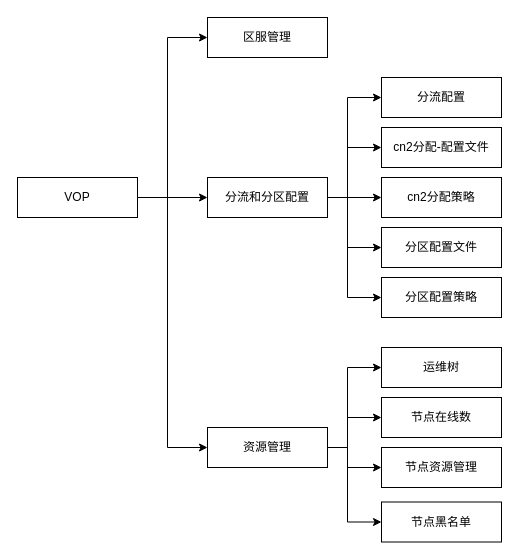
The draw.io diagram image/VOP.drawio in Besideme/besideme.github.io, before the edit. Source tidied: cells renumbered, new cells numbered last; positions are measured from the earlier drawing's top-left corner, leaving out a move shared by most shapes. Both pictures are drawn from the tidied source at 100%, with x=0, y=0 at pixel (17, 17).
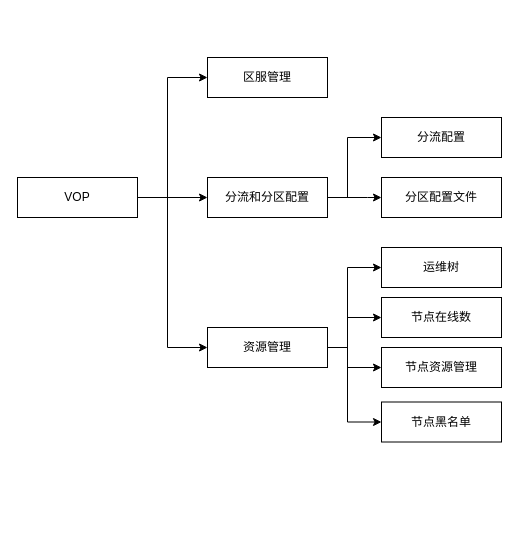
After the change.

The change refers to these unchanged cells:
```xml
<mxCell id="5" value="VOP" style="rounded=0;whiteSpace=wrap;html=1;" parent="1" vertex="1">
  <mxGeometry y="160" width="120" height="40" as="geometry" />
</mxCell>
<mxCell id="11" value="分流和分区配置" style="rounded=0;whiteSpace=wrap;html=1;" parent="1" vertex="1">
  <mxGeometry x="190" y="160" width="120" height="40" as="geometry" />
</mxCell>
```

Change to the diagram source:
```diff
@@
     <mxCell id="2" style="edgeStyle=orthogonalEdgeStyle;rounded=0;jettySize=auto;html=1;exitX=1;exitY=0.5;exitDx=0;exitDy=0;entryX=0;entryY=0.5;entryDx=0;entryDy=0;" parent="1" edge="1" source="5" target="26">
       <mxGeometry relative="1" as="geometry">
         <Array as="points">
           <mxPoint x="150" y="180" />
-          <mxPoint x="150" y="20" />
+          <mxPoint x="150" y="60" />
         </Array>
       </mxGeometry>
     </mxCell>
@@
     <mxCell id="4" style="edgeStyle=orthogonalEdgeStyle;rounded=0;jettySize=auto;html=1;exitX=1;exitY=0.5;exitDx=0;exitDy=0;entryX=0;entryY=0.5;entryDx=0;entryDy=0;" parent="1" edge="1" source="5" target="16">
       <mxGeometry relative="1" as="geometry">
         <Array as="points">
           <mxPoint x="150" y="180" />
-          <mxPoint x="150" y="430" />
+          <mxPoint x="150" y="330" />
         </Array>
       </mxGeometry>
     </mxCell>
@@
-    <mxCell id="6" style="edgeStyle=orthogonalEdgeStyle;rounded=0;jettySize=auto;html=1;exitX=1;exitY=0.5;exitDx=0;exitDy=0;entryX=0;entryY=0.5;entryDx=0;entryDy=0;" parent="1" edge="1" source="11" target="18">
-      <mxGeometry relative="1" as="geometry">
-        <Array as="points">
-          <mxPoint x="330" y="180" />
-          <mxPoint x="330" y="130" />
-        </Array>
-      </mxGeometry>
-    </mxCell>
-    <mxCell id="7" style="edgeStyle=orthogonalEdgeStyle;rounded=0;jettySize=auto;html=1;exitX=1;exitY=0.5;exitDx=0;exitDy=0;entryX=0;entryY=0.5;entryDx=0;entryDy=0;" parent="1" edge="1" source="11" target="21">
-      <mxGeometry relative="1" as="geometry">
-        <Array as="points">
-          <mxPoint x="330" y="180" />
-          <mxPoint x="330" y="280" />
-        </Array>
-      </mxGeometry>
-    </mxCell>
     <mxCell id="8" style="edgeStyle=orthogonalEdgeStyle;rounded=0;jettySize=auto;html=1;exitX=1;exitY=0.5;exitDx=0;exitDy=0;entryX=0;entryY=0.5;entryDx=0;entryDy=0;" parent="1" edge="1" source="11" target="17">
       <mxGeometry relative="1" as="geometry">
         <Array as="points">
           <mxPoint x="330" y="180" />
-          <mxPoint x="330" y="80" />
+          <mxPoint x="330" y="120" />
         </Array>
       </mxGeometry>
     </mxCell>
-    <mxCell id="9" style="edgeStyle=orthogonalEdgeStyle;rounded=0;jettySize=auto;html=1;exitX=1;exitY=0.5;exitDx=0;exitDy=0;entryX=0;entryY=0.5;entryDx=0;entryDy=0;" parent="1" edge="1" source="11" target="19">
-      <mxGeometry relative="1" as="geometry" />
-    </mxCell>
     <mxCell id="10" style="edgeStyle=orthogonalEdgeStyle;rounded=0;jettySize=auto;html=1;exitX=1;exitY=0.5;exitDx=0;exitDy=0;entryX=0;entryY=0.5;entryDx=0;entryDy=0;" parent="1" edge="1" source="11" target="20">
       <mxGeometry relative="1" as="geometry">
         <Array as="points">
-          <mxPoint x="330" y="180" />
-          <mxPoint x="330" y="230" />
+          <mxPoint x="350" y="180" />
+          <mxPoint x="350" y="180" />
         </Array>
       </mxGeometry>
     </mxCell>
@@
     <mxCell id="12" style="edgeStyle=orthogonalEdgeStyle;rounded=0;jettySize=auto;html=1;exitX=1;exitY=0.5;exitDx=0;exitDy=0;entryX=0;entryY=0.5;entryDx=0;entryDy=0;" parent="1" edge="1" source="16" target="22">
       <mxGeometry relative="1" as="geometry">
         <Array as="points">
-          <mxPoint x="330" y="430" />
-          <mxPoint x="330" y="350" />
+          <mxPoint x="330" y="330" />
+          <mxPoint x="330" y="250" />
         </Array>
       </mxGeometry>
     </mxCell>
     <mxCell id="13" style="edgeStyle=orthogonalEdgeStyle;rounded=0;jettySize=auto;html=1;exitX=1;exitY=0.5;exitDx=0;exitDy=0;entryX=0;entryY=0.5;entryDx=0;entryDy=0;" parent="1" edge="1" source="16" target="25">
       <mxGeometry relative="1" as="geometry">
         <Array as="points">
-          <mxPoint x="330" y="430" />
-          <mxPoint x="330" y="505" />
+          <mxPoint x="330" y="330" />
+          <mxPoint x="330" y="405" />
         </Array>
       </mxGeometry>
     </mxCell>
     <mxCell id="14" style="edgeStyle=orthogonalEdgeStyle;rounded=0;jettySize=auto;html=1;exitX=1;exitY=0.5;exitDx=0;exitDy=0;" parent="1" edge="1" source="16" target="23">
       <mxGeometry relative="1" as="geometry">
         <Array as="points">
-          <mxPoint x="330" y="430" />
-          <mxPoint x="330" y="400" />
+          <mxPoint x="330" y="330" />
+          <mxPoint x="330" y="300" />
         </Array>
       </mxGeometry>
     </mxCell>
     <mxCell id="15" style="edgeStyle=orthogonalEdgeStyle;rounded=0;jettySize=auto;html=1;exitX=1;exitY=0.5;exitDx=0;exitDy=0;entryX=0;entryY=0.5;entryDx=0;entryDy=0;" parent="1" edge="1" source="16" target="24">
       <mxGeometry relative="1" as="geometry">
         <Array as="points">
-          <mxPoint x="330" y="430" />
-          <mxPoint x="330" y="450" />
+          <mxPoint x="330" y="330" />
+          <mxPoint x="330" y="350" />
         </Array>
       </mxGeometry>
     </mxCell>
     <mxCell id="16" value="资源管理" style="rounded=0;whiteSpace=wrap;html=1;" parent="1" vertex="1">
-      <mxGeometry x="190" y="410" width="120" height="40" as="geometry" />
+      <mxGeometry x="190" y="310" width="120" height="40" as="geometry" />
     </mxCell>
     <mxCell id="17" value="分流配置" style="rounded=0;whiteSpace=wrap;html=1;" parent="1" vertex="1">
-      <mxGeometry x="364" y="60" width="120" height="40" as="geometry" />
+      <mxGeometry x="364" y="100" width="120" height="40" as="geometry" />
     </mxCell>
-    <mxCell id="18" value="cn2分配-配置文件" style="rounded=0;whiteSpace=wrap;html=1;" parent="1" vertex="1">
-      <mxGeometry x="364" y="110" width="120" height="40" as="geometry" />
-    </mxCell>
-    <mxCell id="19" value="cn2分配策略" style="rounded=0;whiteSpace=wrap;html=1;" parent="1" vertex="1">
-      <mxGeometry x="364" y="160" width="120" height="40" as="geometry" />
-    </mxCell>
     <mxCell id="20" value="分区配置文件" style="rounded=0;whiteSpace=wrap;html=1;" parent="1" vertex="1">
-      <mxGeometry x="364" y="210" width="120" height="40" as="geometry" />
+      <mxGeometry x="364" y="160" width="120" height="40" as="geometry" />
     </mxCell>
-    <mxCell id="21" value="分区配置策略" style="rounded=0;whiteSpace=wrap;html=1;" parent="1" vertex="1">
-      <mxGeometry x="364" y="260" width="120" height="40" as="geometry" />
-    </mxCell>
     <mxCell id="22" value="运维树" style="rounded=0;whiteSpace=wrap;html=1;" parent="1" vertex="1">
-      <mxGeometry x="364" y="330" width="120" height="40" as="geometry" />
+      <mxGeometry x="364" y="230" width="120" height="40" as="geometry" />
     </mxCell>
     <mxCell id="23" value="节点在线数" style="rounded=0;whiteSpace=wrap;html=1;" parent="1" vertex="1">
-      <mxGeometry x="364" y="380" width="120" height="40" as="geometry" />
+      <mxGeometry x="364" y="280" width="120" height="40" as="geometry" />
     </mxCell>
     <mxCell id="24" value="节点资源管理" style="rounded=0;whiteSpace=wrap;html=1;" parent="1" vertex="1">
-      <mxGeometry x="364" y="430" width="120" height="40" as="geometry" />
+      <mxGeometry x="364" y="330" width="120" height="40" as="geometry" />
     </mxCell>
     <mxCell id="25" value="节点黑名单" style="rounded=0;whiteSpace=wrap;html=1;" parent="1" vertex="1">
-      <mxGeometry x="364" y="484.5" width="120" height="40" as="geometry" />
+      <mxGeometry x="364" y="384.5" width="120" height="40" as="geometry" />
     </mxCell>
     <mxCell id="26" value="区服管理" style="rounded=0;whiteSpace=wrap;html=1;" parent="1" vertex="1">
-      <mxGeometry x="190" width="120" height="40" as="geometry" />
+      <mxGeometry x="190" y="40" width="120" height="40" as="geometry" />
     </mxCell>
```
